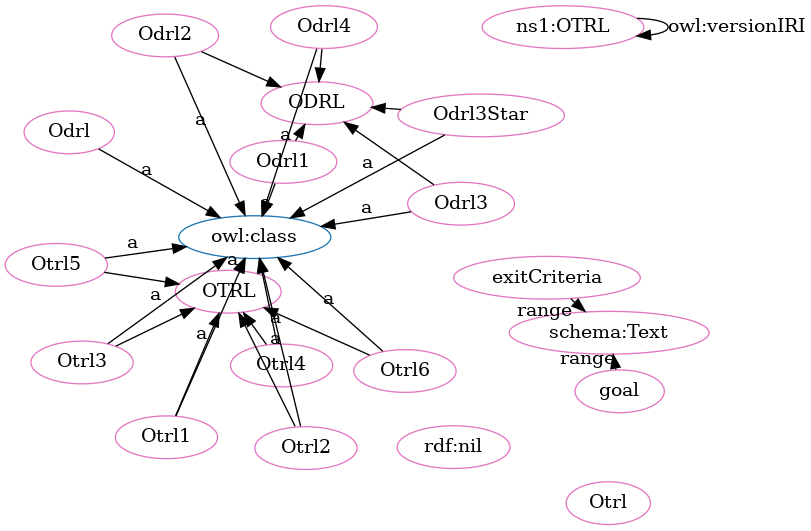
OPEN-NEXT/OKH-LOSH keeps this Graphviz diagram as OTRL-clean.png. Above is the earlier version. Its source is kept beside it as OTRL-clean.dot.
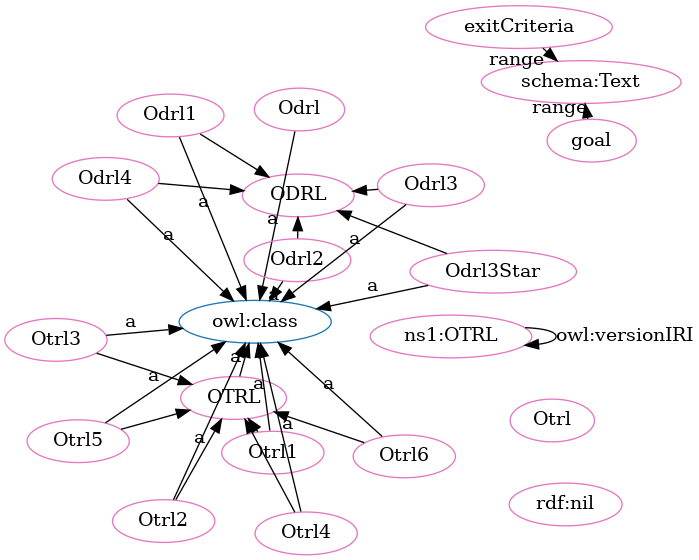
After the change.

Change to the diagram source:
```diff
@@ -1,54 +1,54 @@
 digraph G {
   rankdir=BT
   node[height=.3]
+"http://purl.org/oseg/ontologies/OTRL#OTRL" [fillcolor="#1f77b4" color="#1f77b4" label="OTRL"]
 "http://purl.org/oseg/ontologies/OTRL#ODRL" [fillcolor="#1f77b4" color="#1f77b4" label="ODRL"]
 "http://www.w3.org/2002/07/owl#class" [fillcolor="#1f77b4" color="#1f77b4" label="owl:class"]
-"http://purl.org/oseg/ontologies/OTRL#OTRL" [fillcolor="#1f77b4" color="#1f77b4" label="OTRL"]
+"http://purl.org/oseg/ontologies/OTRL#ODRL" [fillcolor="#e377c2" color="#e377c2" label="ODRL"]
 "http://purl.org/oseg/ontologies/OTRL#Odrl" [fillcolor="#e377c2" color="#e377c2" label="Odrl"]
-"http://purl.org/oseg/ontologies/OTRL#ODRL" [fillcolor="#e377c2" color="#e377c2" label="ODRL"]
-"http://purl.org/oseg/ontologies/OTRL#Odrl3" [fillcolor="#e377c2" color="#e377c2" label="Odrl3"]
+"http://purl.org/oseg/ontologies/OTRL#OTRL" [fillcolor="#e377c2" color="#e377c2" label="OTRL"]
+"http://purl.org/oseg/ontologies/OTRL#Otrl3" [fillcolor="#e377c2" color="#e377c2" label="Otrl3"]
 "http://purl.org/oseg/ontologies/OTRL#exitCriteria" [fillcolor="#e377c2" color="#e377c2" label="exitCriteria"]
+"http://purl.org/oseg/ontologies/OTRL#Otrl" [fillcolor="#e377c2" color="#e377c2" label="Otrl"]
+"http://purl.org/oseg/ontologies/OTRL" [fillcolor="#e377c2" color="#e377c2" label="ns1:OTRL"]
+"http://purl.org/oseg/ontologies/OTRL#Odrl1" [fillcolor="#e377c2" color="#e377c2" label="Odrl1"]
 "http://schema.org/Text" [fillcolor="#e377c2" color="#e377c2" label="schema:Text"]
-"http://purl.org/oseg/ontologies/OTRL#Odrl1" [fillcolor="#e377c2" color="#e377c2" label="Odrl1"]
-"http://purl.org/oseg/ontologies/OTRL#OTRL" [fillcolor="#e377c2" color="#e377c2" label="OTRL"]
+"http://purl.org/oseg/ontologies/OTRL#Odrl2" [fillcolor="#e377c2" color="#e377c2" label="Odrl2"]
 "http://purl.org/oseg/ontologies/OTRL#Otrl1" [fillcolor="#e377c2" color="#e377c2" label="Otrl1"]
-"http://purl.org/oseg/ontologies/OTRL#Otrl" [fillcolor="#e377c2" color="#e377c2" label="Otrl"]
 "http://purl.org/oseg/ontologies/OTRL#Otrl6" [fillcolor="#e377c2" color="#e377c2" label="Otrl6"]
-"http://purl.org/oseg/ontologies/OTRL" [fillcolor="#e377c2" color="#e377c2" label="ns1:OTRL"]
 "http://purl.org/oseg/ontologies/OTRL#Otrl5" [fillcolor="#e377c2" color="#e377c2" label="Otrl5"]
-"http://purl.org/oseg/ontologies/OTRL#Otrl4" [fillcolor="#e377c2" color="#e377c2" label="Otrl4"]
 "http://purl.org/oseg/ontologies/OTRL#Otrl2" [fillcolor="#e377c2" color="#e377c2" label="Otrl2"]
-"http://purl.org/oseg/ontologies/OTRL#Otrl3" [fillcolor="#e377c2" color="#e377c2" label="Otrl3"]
-"http://purl.org/oseg/ontologies/OTRL#Odrl3Star" [fillcolor="#e377c2" color="#e377c2" label="Odrl3Star"]
-"http://purl.org/oseg/ontologies/OTRL#Odrl4" [fillcolor="#e377c2" color="#e377c2" label="Odrl4"]
 "http://purl.org/oseg/ontologies/OTRL#goal" [fillcolor="#e377c2" color="#e377c2" label="goal"]
 "http://www.w3.org/1999/02/22-rdf-syntax-ns#nil" [fillcolor="#e377c2" color="#e377c2" label="rdf:nil"]
-"http://purl.org/oseg/ontologies/OTRL#Odrl2" [fillcolor="#e377c2" color="#e377c2" label="Odrl2"]
+"http://purl.org/oseg/ontologies/OTRL#Odrl4" [fillcolor="#e377c2" color="#e377c2" label="Odrl4"]
+"http://purl.org/oseg/ontologies/OTRL#Otrl4" [fillcolor="#e377c2" color="#e377c2" label="Otrl4"]
+"http://purl.org/oseg/ontologies/OTRL#Odrl3Star" [fillcolor="#e377c2" color="#e377c2" label="Odrl3Star"]
+"http://purl.org/oseg/ontologies/OTRL#Odrl3" [fillcolor="#e377c2" color="#e377c2" label="Odrl3"]
+  "http://purl.org/oseg/ontologies/OTRL#Otrl3" -> "http://www.w3.org/2002/07/owl#class" [label="a"]
+  "http://purl.org/oseg/ontologies/OTRL#Otrl5" -> "http://purl.org/oseg/ontologies/OTRL#OTRL" [label=""]
+  "http://purl.org/oseg/ontologies/OTRL#goal" -> "http://schema.org/Text" [label="range"]
+  "http://purl.org/oseg/ontologies/OTRL#Odrl2" -> "http://www.w3.org/2002/07/owl#class" [label="a"]
+  "http://purl.org/oseg/ontologies/OTRL#Otrl1" -> "http://www.w3.org/2002/07/owl#class" [label="a"]
+  "http://purl.org/oseg/ontologies/OTRL#Odrl" -> "http://www.w3.org/2002/07/owl#class" [label="a"]
+  "http://purl.org/oseg/ontologies/OTRL#Otrl4" -> "http://purl.org/oseg/ontologies/OTRL#OTRL" [label=""]
+  "http://purl.org/oseg/ontologies/OTRL#Otrl6" -> "http://purl.org/oseg/ontologies/OTRL#OTRL" [label=""]
+  "http://purl.org/oseg/ontologies/OTRL#Otrl2" -> "http://purl.org/oseg/ontologies/OTRL#OTRL" [label=""]
+  "http://purl.org/oseg/ontologies/OTRL#Odrl3" -> "http://www.w3.org/2002/07/owl#class" [label="a"]
+  "http://purl.org/oseg/ontologies/OTRL#Odrl4" -> "http://purl.org/oseg/ontologies/OTRL#ODRL" [label=""]
+  "http://purl.org/oseg/ontologies/OTRL#OTRL" -> "http://www.w3.org/2002/07/owl#class" [label="a"]
   "http://purl.org/oseg/ontologies/OTRL#Odrl3" -> "http://purl.org/oseg/ontologies/OTRL#ODRL" [label=""]
-  "http://purl.org/oseg/ontologies/OTRL#Odrl3" -> "http://www.w3.org/2002/07/owl#class" [label="a"]
   "http://purl.org/oseg/ontologies/OTRL#Odrl1" -> "http://www.w3.org/2002/07/owl#class" [label="a"]
-  "http://purl.org/oseg/ontologies/OTRL#Otrl1" -> "http://www.w3.org/2002/07/owl#class" [label="a"]
-  "http://purl.org/oseg/ontologies/OTRL#Odrl1" -> "http://purl.org/oseg/ontologies/OTRL#ODRL" [label=""]
-  "http://purl.org/oseg/ontologies/OTRL#Otrl2" -> "http://purl.org/oseg/ontologies/OTRL#OTRL" [label=""]
+  "http://purl.org/oseg/ontologies/OTRL#Otrl6" -> "http://www.w3.org/2002/07/owl#class" [label="a"]
   "http://purl.org/oseg/ontologies/OTRL#Otrl5" -> "http://www.w3.org/2002/07/owl#class" [label="a"]
   "http://purl.org/oseg/ontologies/OTRL#Otrl2" -> "http://www.w3.org/2002/07/owl#class" [label="a"]
+  "http://purl.org/oseg/ontologies/OTRL#Otrl3" -> "http://purl.org/oseg/ontologies/OTRL#OTRL" [label=""]
+  "http://purl.org/oseg/ontologies/OTRL" -> "http://purl.org/oseg/ontologies/OTRL" [label="owl:versionIRI"]
+  "http://purl.org/oseg/ontologies/OTRL#Odrl4" -> "http://www.w3.org/2002/07/owl#class" [label="a"]
+  "http://purl.org/oseg/ontologies/OTRL#Otrl1" -> "http://purl.org/oseg/ontologies/OTRL#OTRL" [label=""]
+  "http://purl.org/oseg/ontologies/OTRL#Odrl1" -> "http://purl.org/oseg/ontologies/OTRL#ODRL" [label=""]
+  "http://purl.org/oseg/ontologies/OTRL#Odrl2" -> "http://purl.org/oseg/ontologies/OTRL#ODRL" [label=""]
+  "http://purl.org/oseg/ontologies/OTRL#Odrl3Star" -> "http://purl.org/oseg/ontologies/OTRL#ODRL" [label=""]
+  "http://purl.org/oseg/ontologies/OTRL#Otrl4" -> "http://www.w3.org/2002/07/owl#class" [label="a"]
+  "http://purl.org/oseg/ontologies/OTRL#Odrl3Star" -> "http://www.w3.org/2002/07/owl#class" [label="a"]
   "http://purl.org/oseg/ontologies/OTRL#exitCriteria" -> "http://schema.org/Text" [label="range"]
-  "http://purl.org/oseg/ontologies/OTRL#Odrl4" -> "http://purl.org/oseg/ontologies/OTRL#ODRL" [label=""]
-  "http://purl.org/oseg/ontologies/OTRL#Odrl3Star" -> "http://www.w3.org/2002/07/owl#class" [label="a"]
-  "http://purl.org/oseg/ontologies/OTRL#Odrl4" -> "http://www.w3.org/2002/07/owl#class" [label="a"]
-  "http://purl.org/oseg/ontologies/OTRL#Otrl5" -> "http://purl.org/oseg/ontologies/OTRL#OTRL" [label=""]
-  "http://purl.org/oseg/ontologies/OTRL#Odrl" -> "http://www.w3.org/2002/07/owl#class" [label="a"]
-  "http://purl.org/oseg/ontologies/OTRL" -> "http://purl.org/oseg/ontologies/OTRL" [label="owl:versionIRI"]
-  "http://purl.org/oseg/ontologies/OTRL#Odrl3Star" -> "http://purl.org/oseg/ontologies/OTRL#ODRL" [label=""]
-  "http://purl.org/oseg/ontologies/OTRL#goal" -> "http://schema.org/Text" [label="range"]
-  "http://purl.org/oseg/ontologies/OTRL#Otrl1" -> "http://purl.org/oseg/ontologies/OTRL#OTRL" [label=""]
-  "http://purl.org/oseg/ontologies/OTRL#Otrl6" -> "http://purl.org/oseg/ontologies/OTRL#OTRL" [label=""]
-  "http://purl.org/oseg/ontologies/OTRL#OTRL" -> "http://www.w3.org/2002/07/owl#class" [label="a"]
-  "http://purl.org/oseg/ontologies/OTRL#Otrl6" -> "http://www.w3.org/2002/07/owl#class" [label="a"]
-  "http://purl.org/oseg/ontologies/OTRL#Otrl4" -> "http://www.w3.org/2002/07/owl#class" [label="a"]
-  "http://purl.org/oseg/ontologies/OTRL#Otrl3" -> "http://www.w3.org/2002/07/owl#class" [label="a"]
-  "http://purl.org/oseg/ontologies/OTRL#Otrl4" -> "http://purl.org/oseg/ontologies/OTRL#OTRL" [label=""]
-  "http://purl.org/oseg/ontologies/OTRL#Otrl3" -> "http://purl.org/oseg/ontologies/OTRL#OTRL" [label=""]
-  "http://purl.org/oseg/ontologies/OTRL#Odrl2" -> "http://purl.org/oseg/ontologies/OTRL#ODRL" [label=""]
-  "http://purl.org/oseg/ontologies/OTRL#Odrl2" -> "http://www.w3.org/2002/07/owl#class" [label="a"]
 }
```
